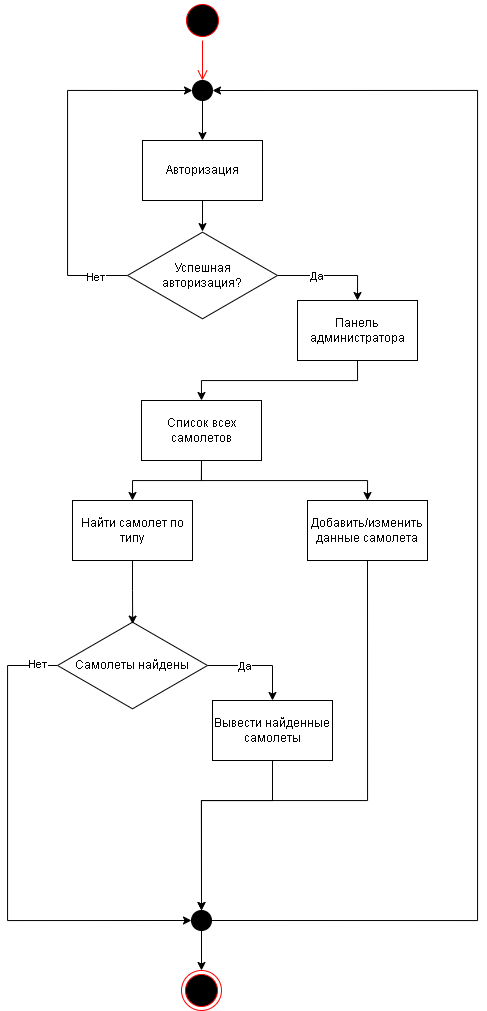
The draw.io diagram images/Админ/Сценарии_использования-Админ_прсм_изм_самолетов.png in CCF2P/Backend, before a commit. Source tidied: cells renumbered, new cells last; positions are measured from the earlier drawing's top-left corner, leaving out a move shared by most shapes.
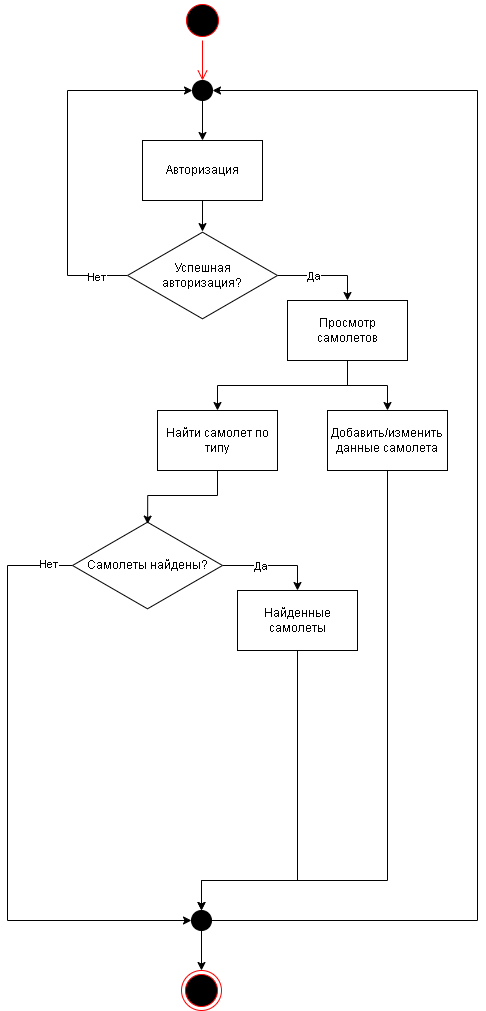
Later version of the same file.

What changed in the source:
```diff
@@ -8,11 +8,11 @@
     <mxCell id="3" style="edgeStyle=orthogonalEdgeStyle;rounded=0;jettySize=auto;html=1;exitX=0.5;exitY=1;exitDx=0;exitDy=0;entryX=0.5;entryY=0;entryDx=0;entryDy=0;" parent="1" edge="1" source="4" target="19">
       <mxGeometry relative="1" as="geometry" />
     </mxCell>
-    <mxCell id="4" value="Список всех самолетов" style="rounded=0;whiteSpace=wrap;html=1;" parent="1" vertex="1">
-      <mxGeometry x="134" y="400" width="120" height="60" as="geometry" />
+    <mxCell id="4" value="Просмотр самолетов" style="rounded=0;whiteSpace=wrap;html=1;" parent="1" vertex="1">
+      <mxGeometry x="280" y="300" width="120" height="60" as="geometry" />
     </mxCell>
     <mxCell id="5" value="Найти самолет по типу" style="rounded=0;whiteSpace=wrap;html=1;" parent="1" vertex="1">
-      <mxGeometry x="65" y="500" width="120" height="60" as="geometry" />
+      <mxGeometry x="150" y="410" width="120" height="60" as="geometry" />
     </mxCell>
     <mxCell id="6" style="edgeStyle=orthogonalEdgeStyle;rounded=0;jettySize=auto;html=1;entryX=0.5;entryY=0;entryDx=0;entryDy=0;" parent="1" edge="1" source="10" target="13">
       <mxGeometry relative="1" as="geometry" />
@@ -23,7 +23,7 @@
     <mxCell id="8" style="edgeStyle=orthogonalEdgeStyle;rounded=0;jettySize=auto;html=1;entryX=0;entryY=0.5;entryDx=0;entryDy=0;" parent="1" edge="1" source="10" target="16">
       <mxGeometry relative="1" as="geometry">
         <Array as="points">
-          <mxPoint y="665" />
+          <mxPoint y="565" />
           <mxPoint y="920" />
         </Array>
       </mxGeometry>
@@ -31,8 +31,8 @@
     <mxCell id="9" value="Нет" style="edgeLabel;html=1;align=center;verticalAlign=middle;" parent="8" vertex="1">
       <mxGeometry x="-0.92" y="-2" relative="1" as="geometry" />
     </mxCell>
-    <mxCell id="10" value="Самолеты найдены" style="html=1;whiteSpace=wrap;shape=isoRectangle;" parent="1" vertex="1">
-      <mxGeometry x="50" y="620" width="150" height="90" as="geometry" />
+    <mxCell id="10" value="Самолеты найдены?" style="html=1;whiteSpace=wrap;shape=isoRectangle;" parent="1" vertex="1">
+      <mxGeometry x="65" y="520" width="150" height="90" as="geometry" />
     </mxCell>
     <mxCell id="11" style="edgeStyle=orthogonalEdgeStyle;rounded=0;jettySize=auto;html=1;exitX=0.5;exitY=1;exitDx=0;exitDy=0;entryX=0.501;entryY=0.04;entryDx=0;entryDy=0;entryPerimeter=0;" parent="1" edge="1" source="5" target="10">
       <mxGeometry relative="1" as="geometry" />
@@ -40,13 +40,13 @@
     <mxCell id="12" style="edgeStyle=orthogonalEdgeStyle;rounded=0;jettySize=auto;html=1;exitX=0.5;exitY=1;exitDx=0;exitDy=0;entryX=0.5;entryY=0;entryDx=0;entryDy=0;" parent="1" edge="1" source="13" target="16">
       <mxGeometry relative="1" as="geometry">
         <Array as="points">
-          <mxPoint x="265" y="800" />
-          <mxPoint x="194" y="800" />
+          <mxPoint x="290" y="880" />
+          <mxPoint x="194" y="880" />
         </Array>
       </mxGeometry>
     </mxCell>
-    <mxCell id="13" value="Вывести найденные самолеты" style="rounded=0;whiteSpace=wrap;html=1;" parent="1" vertex="1">
-      <mxGeometry x="205" y="700" width="120" height="60" as="geometry" />
+    <mxCell id="13" value="Найденные самолеты" style="rounded=0;whiteSpace=wrap;html=1;" parent="1" vertex="1">
+      <mxGeometry x="230" y="590" width="120" height="60" as="geometry" />
     </mxCell>
     <mxCell id="14" style="edgeStyle=orthogonalEdgeStyle;rounded=0;jettySize=auto;html=1;exitX=0.5;exitY=1;exitDx=0;exitDy=0;entryX=0.5;entryY=0;entryDx=0;entryDy=0;" parent="1" edge="1" source="16" target="17">
       <mxGeometry relative="1" as="geometry" />
@@ -68,13 +68,13 @@
     <mxCell id="18" style="edgeStyle=orthogonalEdgeStyle;rounded=0;jettySize=auto;html=1;exitX=0.5;exitY=1;exitDx=0;exitDy=0;entryX=0.5;entryY=0;entryDx=0;entryDy=0;" parent="1" edge="1" source="19" target="16">
       <mxGeometry relative="1" as="geometry">
         <Array as="points">
-          <mxPoint x="360" y="800" />
-          <mxPoint x="194" y="800" />
+          <mxPoint x="380" y="880" />
+          <mxPoint x="194" y="880" />
         </Array>
       </mxGeometry>
     </mxCell>
     <mxCell id="19" value="Добавить/изменить данные самолета" style="rounded=0;whiteSpace=wrap;html=1;" parent="1" vertex="1">
-      <mxGeometry x="300" y="500" width="120" height="60" as="geometry" />
+      <mxGeometry x="320" y="410" width="120" height="60" as="geometry" />
     </mxCell>
     <mxCell id="20" style="ellipse;html=1;shape=startState;fillColor=#000000;strokeColor=#ff0000;" parent="1" vertex="1">
       <mxGeometry x="175" width="40" height="40" as="geometry" />
@@ -82,17 +82,6 @@
     <mxCell id="21" style="edgeStyle=orthogonalEdgeStyle;html=1;verticalAlign=bottom;endArrow=open;endSize=8;strokeColor=#ff0000;rounded=0;entryX=0.5;entryY=0;entryDx=0;entryDy=0;" parent="1" edge="1" source="20" target="31">
       <mxGeometry relative="1" as="geometry" />
     </mxCell>
-    <mxCell id="22" style="edgeStyle=orthogonalEdgeStyle;rounded=0;jettySize=auto;html=1;exitX=0.5;exitY=1;exitDx=0;exitDy=0;entryX=0.5;entryY=0;entryDx=0;entryDy=0;" parent="1" edge="1" source="23" target="4">
-      <mxGeometry relative="1" as="geometry">
-        <Array as="points">
-          <mxPoint x="350" y="380" />
-          <mxPoint x="194" y="380" />
-        </Array>
-      </mxGeometry>
-    </mxCell>
-    <mxCell id="23" value="Панель администратора" style="rounded=0;whiteSpace=wrap;html=1;" parent="1" vertex="1">
-      <mxGeometry x="290" y="300" width="120" height="60" as="geometry" />
-    </mxCell>
     <mxCell id="24" value="Авторизация" style="rounded=0;whiteSpace=wrap;html=1;" parent="1" vertex="1">
       <mxGeometry x="135" y="140" width="120" height="60" as="geometry" />
     </mxCell>
@@ -107,7 +96,7 @@
     <mxCell id="26" value="Нет" style="edgeLabel;html=1;align=center;verticalAlign=middle;" parent="25" vertex="1">
       <mxGeometry x="-0.83" y="1" relative="1" as="geometry" />
     </mxCell>
-    <mxCell id="27" style="edgeStyle=orthogonalEdgeStyle;rounded=0;jettySize=auto;html=1;entryX=0.5;entryY=0;entryDx=0;entryDy=0;" parent="1" edge="1" source="29" target="23">
+    <mxCell id="27" style="edgeStyle=orthogonalEdgeStyle;rounded=0;jettySize=auto;html=1;entryX=0.5;entryY=0;entryDx=0;entryDy=0;" parent="1" edge="1" source="29" target="4">
       <mxGeometry relative="1" as="geometry" />
     </mxCell>
     <mxCell id="28" value="Да" style="edgeLabel;html=1;align=center;verticalAlign=middle;" parent="27" vertex="1">
```
